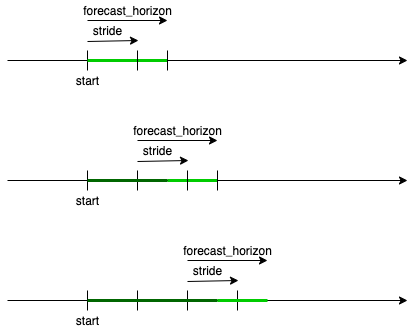
Before: docs/source/static/backtest_diagram.png, a diagram exported from draw.io (unit8co/darts). Source tidied: cells renumbered, new cells last; positions are measured from the earlier drawing's top-left corner, leaving out a move shared by most shapes.
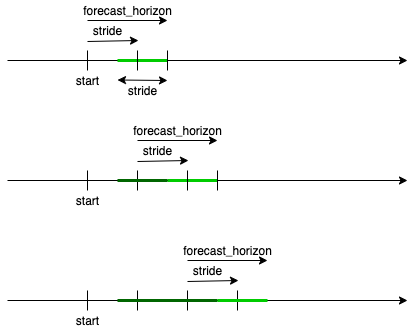
The same file after the commit.

Commit message:
fix(backtesting): backtest first loop pred length

Change to the diagram source:
```diff
@@ -61,7 +61,7 @@
     </mxCell>
     <mxCell id="13" style="endArrow=none;html=1;fillColor=#d5e8d4;strokeWidth=3;strokeColor=#00CC00;" parent="1" edge="1">
       <mxGeometry relative="1" as="geometry">
-        <mxPoint x="80" y="60" as="sourcePoint" />
+        <mxPoint x="110" y="60" as="sourcePoint" />
         <mxPoint x="160" y="60" as="targetPoint" />
       </mxGeometry>
     </mxCell>
@@ -112,7 +112,7 @@
     </mxCell>
     <mxCell id="23" style="endArrow=none;html=1;fillColor=#d5e8d4;strokeWidth=3;strokeColor=#006600;" parent="1" edge="1">
       <mxGeometry relative="1" as="geometry">
-        <mxPoint x="80" y="180" as="sourcePoint" />
+        <mxPoint x="110" y="180" as="sourcePoint" />
         <mxPoint x="160" y="180" as="targetPoint" />
       </mxGeometry>
     </mxCell>
@@ -166,7 +166,7 @@
     </mxCell>
     <mxCell id="33" style="endArrow=none;html=1;fillColor=#d5e8d4;strokeWidth=3;strokeColor=#006600;" parent="1" edge="1">
       <mxGeometry relative="1" as="geometry">
-        <mxPoint x="80" y="300" as="sourcePoint" />
+        <mxPoint x="110" y="300" as="sourcePoint" />
         <mxPoint x="210" y="300" as="targetPoint" />
       </mxGeometry>
     </mxCell>
@@ -179,5 +179,14 @@
     <mxCell id="35" value="start" style="text;html=1;align=center;verticalAlign=middle;" parent="1" vertex="1">
       <mxGeometry x="60" y="310" width="40" height="20" as="geometry" />
     </mxCell>
+    <mxCell id="36" style="endArrow=classic;startArrow=classic;html=1;" parent="1" edge="1">
+      <mxGeometry relative="1" as="geometry">
+        <mxPoint x="110" y="79.5" as="sourcePoint" />
+        <mxPoint x="160" y="80" as="targetPoint" />
+      </mxGeometry>
+    </mxCell>
+    <mxCell id="37" value="stride" style="text;html=1;align=center;verticalAlign=middle;" parent="1" vertex="1">
+      <mxGeometry x="115" y="80" width="40" height="20" as="geometry" />
+    </mxCell>
   </root>
 </mxGraphModel>
```
